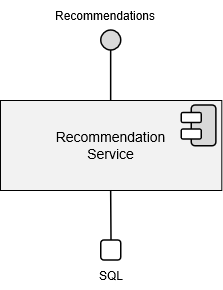
Above: 04_QA_Review/Pending_Review/ST_M1_Team7_RecommendationTopLevelDiagram_v01.png in JmmonJeremy/CareerBound-SDD (draw.io), before the change. Source tidied: cells renumbered, new cells last; positions are measured from the earlier drawing's top-left corner, leaving out a move shared by most shapes.
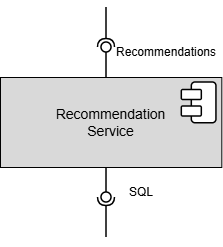
After the change.

Diff of the diagram source:
```diff
@@ -2,13 +2,13 @@
   <root>
     <mxCell id="0" />
     <mxCell id="1" parent="0" />
-    <mxCell id="2" value="&lt;div&gt;Recommendation&lt;/div&gt;&lt;div&gt;Service&lt;/div&gt;" style="rounded=0;whiteSpace=wrap;html=1;verticalAlign=middle;labelBackgroundColor=none;fillColor=#F2F2F2;fontFamily=Arial;fontSize=14;align=center;spacingLeft=0;" parent="1" vertex="1">
+    <mxCell id="2" value="&lt;div&gt;Recommendation&lt;/div&gt;&lt;div&gt;Service&lt;/div&gt;" style="rounded=0;whiteSpace=wrap;html=1;verticalAlign=middle;labelBackgroundColor=none;fillColor=#D9D9D9;fontFamily=Arial;fontSize=14;align=center;spacingLeft=0;fillStyle=solid;" parent="1" vertex="1">
       <mxGeometry y="100" width="221.3" height="90" as="geometry" />
     </mxCell>
     <mxCell id="3" style="group;rounded=1;" parent="1" vertex="1">
       <mxGeometry x="181.3" y="105" width="34.6" height="40.8" as="geometry" />
     </mxCell>
-    <mxCell id="4" style="rounded=1;whiteSpace=wrap;html=1;rotation=-90;strokeWidth=1.5;fillStyle=solid;fillColor=light-dark(#D9D9D9,#FFFFFF);" parent="3" vertex="1">
+    <mxCell id="4" style="rounded=1;whiteSpace=wrap;html=1;rotation=-90;strokeWidth=1.5;fillStyle=solid;fillColor=light-dark(#FFFFFF,#FFFFFF);" parent="3" vertex="1">
       <mxGeometry x="1.9" y="8.1" width="40.8" height="24.6" as="geometry" />
     </mxCell>
     <mxCell id="5" style="rounded=1;whiteSpace=wrap;html=1;strokeWidth=1.5;fillStyle=solid;fillColor=#FFFFFF;" parent="3" vertex="1">
@@ -17,27 +17,37 @@
     <mxCell id="6" style="rounded=1;whiteSpace=wrap;html=1;strokeWidth=1.5;fillStyle=solid;fillColor=#FFFFFF;" parent="3" vertex="1">
       <mxGeometry y="24" width="20" height="10" as="geometry" />
     </mxCell>
-    <mxCell id="7" style="ellipse;whiteSpace=wrap;html=1;strokeWidth=1.5;fillColor=#D9D9D9;" parent="1" vertex="1">
-      <mxGeometry x="100.7" y="30" width="20" height="20" as="geometry" />
-    </mxCell>
-    <mxCell id="8" style="endArrow=none;html=1;rounded=0;fontSize=1.5;strokeWidth=1.5;entryX=0.5;entryY=1;entryDx=0;entryDy=0;" parent="1" edge="1" target="7">
-      <mxGeometry relative="1" as="geometry">
-        <mxPoint x="110.7" y="100" as="sourcePoint" />
-      </mxGeometry>
-    </mxCell>
     <mxCell id="9" value="Recommendations" style="text;html=1;whiteSpace=wrap;strokeColor=none;fillColor=none;align=center;verticalAlign=middle;rounded=0;fontFamily=Arial;" parent="1" vertex="1">
-      <mxGeometry x="75" width="60" height="30" as="geometry" />
+      <mxGeometry x="136" y="60" width="60" height="30" as="geometry" />
     </mxCell>
-    <mxCell id="10" style="endArrow=none;html=1;rounded=0;fontSize=1.5;strokeWidth=1.5;exitX=0.5;exitY=1;exitDx=0;exitDy=0;" parent="1" edge="1" source="2">
-      <mxGeometry relative="1" as="geometry">
-        <mxPoint x="111" y="240" as="targetPoint" />
-      </mxGeometry>
-    </mxCell>
-    <mxCell id="11" style="whiteSpace=wrap;html=1;strokeWidth=1.5;fillColor=#FFFFFF;rounded=1;" parent="1" vertex="1">
-      <mxGeometry x="100.7" y="240" width="20" height="20" as="geometry" />
-    </mxCell>
     <mxCell id="12" value="SQL" style="text;html=1;whiteSpace=wrap;strokeColor=none;fillColor=none;align=center;verticalAlign=middle;rounded=0;fontFamily=Arial;" parent="1" vertex="1">
-      <mxGeometry x="80.7" y="260" width="60" height="30" as="geometry" />
+      <mxGeometry x="111" y="200" width="60" height="30" as="geometry" />
     </mxCell>
+    <mxCell id="13" style="rounded=0;orthogonalLoop=1;jettySize=auto;html=1;endArrow=halfCircle;endFill=0;endSize=6;strokeWidth=1.5;sketch=0;" parent="1" edge="1">
+      <mxGeometry relative="1" as="geometry">
+        <mxPoint x="106" y="30" as="sourcePoint" />
+        <mxPoint x="106" y="70" as="targetPoint" />
+      </mxGeometry>
+    </mxCell>
+    <mxCell id="14" style="rounded=0;orthogonalLoop=1;jettySize=auto;html=1;endArrow=oval;endFill=0;sketch=0;sourcePerimeterSpacing=0;targetPerimeterSpacing=0;endSize=10;strokeWidth=1.5;" parent="1" edge="1">
+      <mxGeometry relative="1" as="geometry">
+        <mxPoint x="106" y="100" as="sourcePoint" />
+        <mxPoint x="106" y="70" as="targetPoint" />
+      </mxGeometry>
+    </mxCell>
+    <mxCell id="15" style="ellipse;whiteSpace=wrap;html=1;align=center;fillColor=none;strokeColor=none;perimeter=centerPerimeter;" parent="1" vertex="1">
+      <mxGeometry x="111" y="160" width="10" height="10" as="geometry" />
+    </mxCell>
+    <mxCell id="16" style="rounded=0;jettySize=auto;html=1;endArrow=oval;endFill=0;sketch=0;sourcePerimeterSpacing=0;targetPerimeterSpacing=0;endSize=10;strokeWidth=1.5;exitX=0.479;exitY=1;exitDx=0;exitDy=0;exitPerimeter=0;" parent="1" edge="1" source="2">
+      <mxGeometry relative="1" as="geometry">
+        <mxPoint x="106" y="220" as="targetPoint" />
+      </mxGeometry>
+    </mxCell>
+    <mxCell id="17" style="rounded=0;orthogonalLoop=1;jettySize=auto;html=1;endArrow=halfCircle;endFill=0;endSize=6;strokeWidth=1.5;sketch=0;" parent="1" edge="1">
+      <mxGeometry relative="1" as="geometry">
+        <mxPoint x="106" y="260" as="sourcePoint" />
+        <mxPoint x="106" y="220" as="targetPoint" />
+      </mxGeometry>
+    </mxCell>
   </root>
 </mxGraphModel>
```
